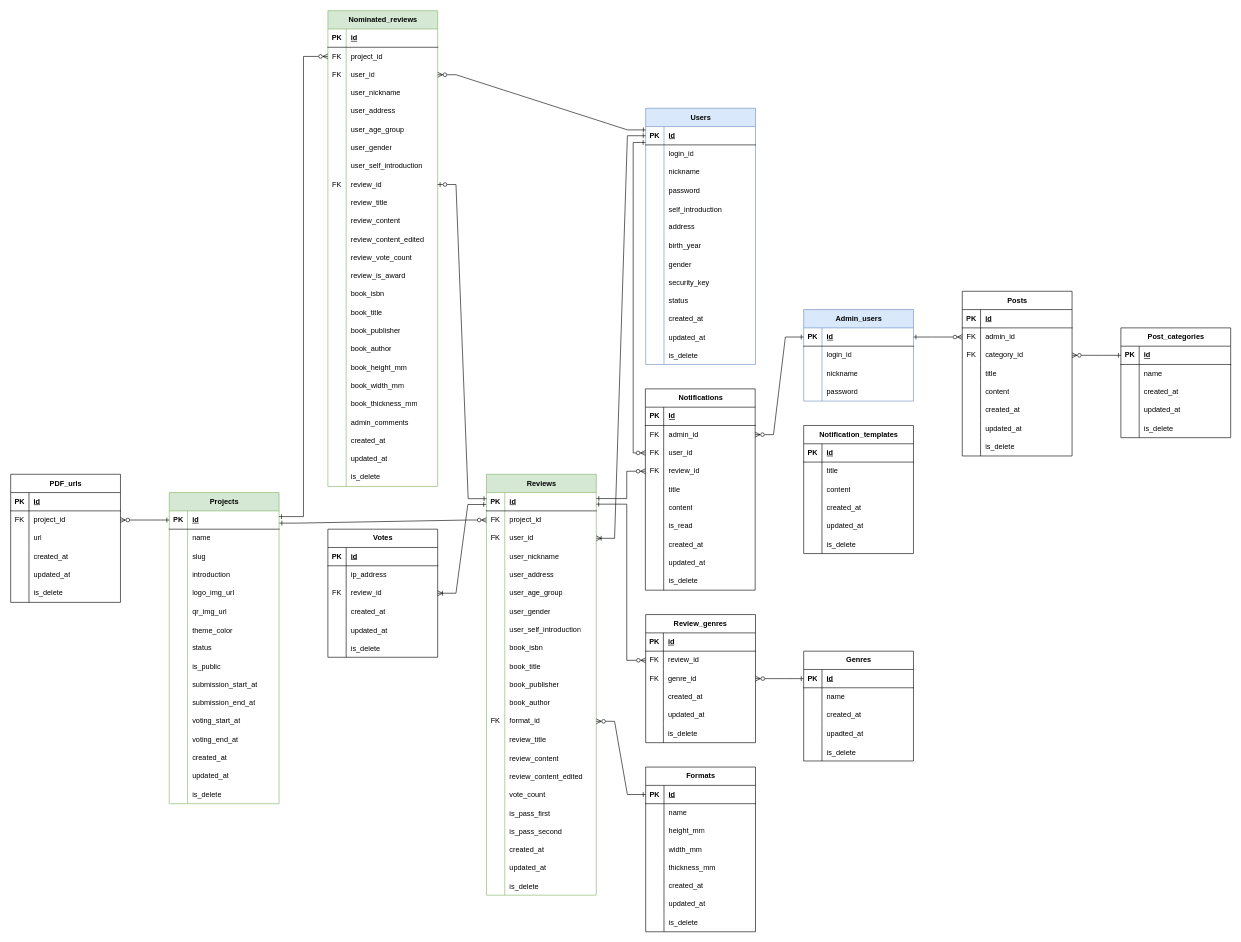
Before: ER図.drawio in knagaki1225/zoutohana-documentation, a draw.io diagram. Source tidied: cells renumbered, new cells numbered last; positions are measured from the earlier drawing's top-left corner, leaving out a move shared by most shapes. Both pictures are drawn from the tidied source at 61%, with x=0, y=0 at pixel (10, 10).
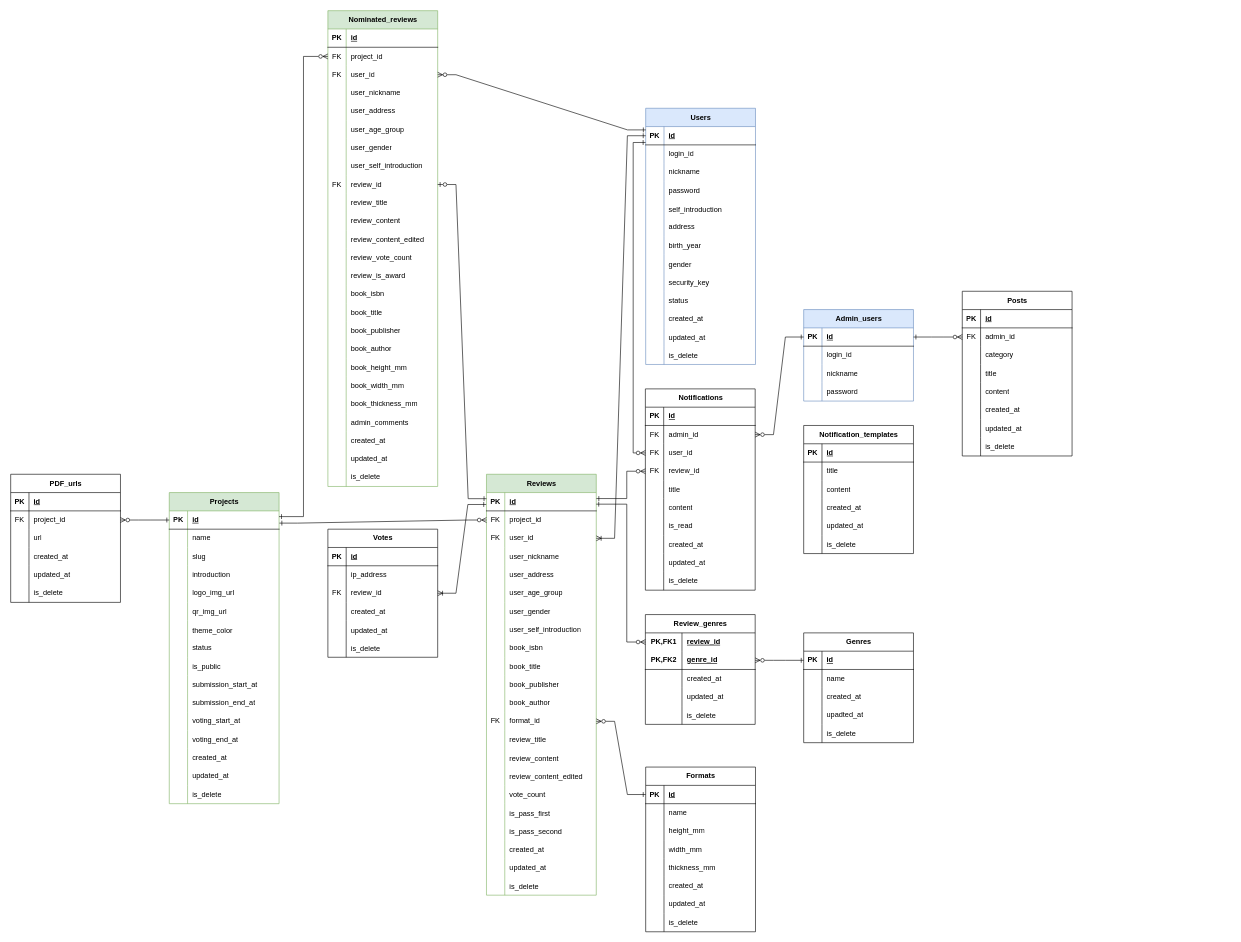
After the change.

Commit message:
保存忘れ分

Unchanged cells that the change refers to:
```xml
<mxCell id="68" style="shape=tableRow;horizontal=0;startSize=0;swimlaneHead=0;swimlaneBody=0;fillColor=none;points=[[0,0.5],[1,0.5]];portConstraint=eastwest;top=0;left=0;right=0;bottom=1;" parent="67" vertex="1">
  <mxGeometry y="30" width="180" height="30" as="geometry" />
</mxCell>
<mxCell id="390" style="shape=tableRow;horizontal=0;startSize=0;swimlaneHead=0;swimlaneBody=0;fillColor=none;points=[[0,0.5],[1,0.5]];portConstraint=eastwest;top=0;left=0;right=0;bottom=0;" parent="383" vertex="1">
  <mxGeometry y="90" width="180" height="30" as="geometry" />
</mxCell>
```

Diff of the diagram source:
```diff
@@
     <mxCell id="67" value="Genres" style="shape=table;startSize=30;childLayout=tableLayout;rowLines=0;fontStyle=1;align=center;html=1;" parent="1" vertex="1">
-      <mxGeometry x="1300" y="1050" width="180" height="180" as="geometry" />
+      <mxGeometry x="1300" y="1020" width="180" height="180" as="geometry" />
     </mxCell>
@@
-    <mxCell id="83" value="Review_genres" style="shape=table;startSize=30;childLayout=tableLayout;rowLines=0;fontStyle=1;align=center;html=1;whiteSpace=wrap;" parent="1" vertex="1">
-      <mxGeometry x="1041" y="990" width="180" height="210" as="geometry" />
-    </mxCell>
-    <mxCell id="84" style="shape=tableRow;horizontal=0;startSize=0;swimlaneHead=0;swimlaneBody=0;fillColor=none;top=0;left=0;right=0;bottom=1;html=1;" parent="83" vertex="1">
-      <mxGeometry y="30" width="180" height="30" as="geometry" />
-    </mxCell>
-    <mxCell id="85" value="PK" style="shape=partialRectangle;fillColor=none;top=0;left=0;bottom=0;right=0;fontStyle=1;overflow=hidden;html=1;whiteSpace=wrap;" parent="84" vertex="1">
-      <mxGeometry width="29" height="30" as="geometry" />
-    </mxCell>
-    <mxCell id="86" value="id" style="shape=partialRectangle;fillColor=none;top=0;left=0;bottom=0;right=0;align=left;spacingLeft=6;fontStyle=5;overflow=hidden;html=1;whiteSpace=wrap;" parent="84" vertex="1">
-      <mxGeometry x="29" width="151" height="30" as="geometry" />
-    </mxCell>
-    <mxCell id="87" style="shape=tableRow;horizontal=0;startSize=0;swimlaneHead=0;swimlaneBody=0;fillColor=none;points=[[0,0.5],[1,0.5]];portConstraint=eastwest;top=0;left=0;right=0;bottom=0;html=1;" parent="83" vertex="1">
-      <mxGeometry y="60" width="180" height="30" as="geometry" />
-    </mxCell>
-    <mxCell id="88" value="FK" style="shape=partialRectangle;fillColor=none;top=0;left=0;bottom=0;right=0;overflow=hidden;html=1;whiteSpace=wrap;" parent="87" vertex="1">
-      <mxGeometry width="29" height="30" as="geometry" />
-    </mxCell>
-    <mxCell id="89" value="review_id" style="shape=partialRectangle;fillColor=none;top=0;left=0;bottom=0;right=0;align=left;spacingLeft=6;overflow=hidden;html=1;whiteSpace=wrap;" parent="87" vertex="1">
-      <mxGeometry x="29" width="151" height="30" as="geometry" />
-    </mxCell>
-    <mxCell id="90" style="shape=tableRow;horizontal=0;startSize=0;swimlaneHead=0;swimlaneBody=0;fillColor=none;points=[[0,0.5],[1,0.5]];portConstraint=eastwest;top=0;left=0;right=0;bottom=0;html=1;" parent="83" vertex="1">
-      <mxGeometry y="90" width="180" height="30" as="geometry" />
-    </mxCell>
-    <mxCell id="91" value="FK" style="shape=partialRectangle;fillColor=none;top=0;left=0;bottom=0;right=0;overflow=hidden;html=1;whiteSpace=wrap;" parent="90" vertex="1">
-      <mxGeometry width="29" height="30" as="geometry" />
-    </mxCell>
-    <mxCell id="92" value="genre_id" style="shape=partialRectangle;fillColor=none;top=0;left=0;bottom=0;right=0;align=left;spacingLeft=6;overflow=hidden;html=1;whiteSpace=wrap;" parent="90" vertex="1">
-      <mxGeometry x="29" width="151" height="30" as="geometry" />
-    </mxCell>
-    <mxCell id="93" style="shape=tableRow;horizontal=0;startSize=0;swimlaneHead=0;swimlaneBody=0;fillColor=none;top=0;left=0;right=0;bottom=0;html=1;" parent="83" vertex="1">
-      <mxGeometry y="120" width="180" height="30" as="geometry" />
-    </mxCell>
-    <mxCell id="94" style="shape=partialRectangle;fillColor=none;top=0;left=0;bottom=0;right=0;overflow=hidden;html=1;whiteSpace=wrap;" parent="93" vertex="1">
-      <mxGeometry width="29" height="30" as="geometry" />
-    </mxCell>
-    <mxCell id="95" value="created_at" style="shape=partialRectangle;fillColor=none;top=0;left=0;bottom=0;right=0;align=left;spacingLeft=6;overflow=hidden;html=1;whiteSpace=wrap;" parent="93" vertex="1">
-      <mxGeometry x="29" width="151" height="30" as="geometry" />
-    </mxCell>
-    <mxCell id="96" style="shape=tableRow;horizontal=0;startSize=0;swimlaneHead=0;swimlaneBody=0;fillColor=none;top=0;left=0;right=0;bottom=0;html=1;" parent="83" vertex="1">
-      <mxGeometry y="150" width="180" height="30" as="geometry" />
-    </mxCell>
-    <mxCell id="97" style="shape=partialRectangle;fillColor=none;top=0;left=0;bottom=0;right=0;overflow=hidden;html=1;whiteSpace=wrap;" parent="96" vertex="1">
-      <mxGeometry width="29" height="30" as="geometry" />
-    </mxCell>
-    <mxCell id="98" value="updated_at" style="shape=partialRectangle;fillColor=none;top=0;left=0;bottom=0;right=0;align=left;spacingLeft=6;overflow=hidden;html=1;whiteSpace=wrap;" parent="96" vertex="1">
-      <mxGeometry x="29" width="151" height="30" as="geometry" />
-    </mxCell>
-    <mxCell id="99" style="shape=tableRow;horizontal=0;startSize=0;swimlaneHead=0;swimlaneBody=0;fillColor=none;top=0;left=0;right=0;bottom=0;" parent="83" vertex="1">
-      <mxGeometry y="180" width="180" height="30" as="geometry" />
-    </mxCell>
-    <mxCell id="100" style="shape=partialRectangle;fillColor=none;top=0;left=0;bottom=0;right=0;overflow=hidden;" parent="99" vertex="1">
-      <mxGeometry width="29" height="30" as="geometry" />
-    </mxCell>
-    <mxCell id="101" value="is_delete" style="shape=partialRectangle;fillColor=none;top=0;left=0;bottom=0;right=0;align=left;spacingLeft=6;overflow=hidden;" parent="99" vertex="1">
-      <mxGeometry x="29" width="151" height="30" as="geometry" />
-    </mxCell>
@@
-    <mxCell id="240" style="fontSize=12;html=1;endArrow=ERzeroToMany;startArrow=ERone;rounded=0;entryX=0;entryY=0.5;entryDx=0;entryDy=0;startFill=0;edgeStyle=orthogonalEdgeStyle;endFill=0;" parent="1" edge="1" target="87">
+    <mxCell id="240" style="fontSize=12;html=1;endArrow=ERzeroToMany;startArrow=ERone;rounded=0;entryX=0;entryY=0.5;entryDx=0;entryDy=0;startFill=0;edgeStyle=orthogonalEdgeStyle;endFill=0;" parent="1" edge="1" target="451">
       <mxGeometry relative="1" as="geometry">
         <mxPoint x="960" y="809" as="sourcePoint" />
         <Array as="points">
           <mxPoint x="1010" y="809" />
-          <mxPoint x="1010" y="1065" />
+          <mxPoint x="1010" y="1035" />
         </Array>
       </mxGeometry>
     </mxCell>
-    <mxCell id="241" style="edgeStyle=entityRelationEdgeStyle;fontSize=12;html=1;endArrow=ERzeroToMany;startArrow=ERone;rounded=0;exitX=0;exitY=0.5;exitDx=0;exitDy=0;endFill=0;startFill=0;entryX=1;entryY=0.5;entryDx=0;entryDy=0;" parent="1" edge="1" source="68" target="90">
+    <mxCell id="241" style="edgeStyle=entityRelationEdgeStyle;fontSize=12;html=1;endArrow=ERzeroToMany;startArrow=ERone;rounded=0;exitX=0;exitY=0.5;exitDx=0;exitDy=0;endFill=0;startFill=0;" parent="1" edge="1" source="68" target="453">
       <mxGeometry relative="1" as="geometry" />
     </mxCell>
@@
-    <mxCell id="391" value="FK" style="shape=partialRectangle;fillColor=none;top=0;left=0;bottom=0;right=0;overflow=hidden;whiteSpace=wrap;html=1;" parent="390" vertex="1">
+    <mxCell id="391" style="shape=partialRectangle;fillColor=none;top=0;left=0;bottom=0;right=0;overflow=hidden;whiteSpace=wrap;html=1;" parent="390" vertex="1">
       <mxGeometry width="30" height="30" as="geometry" />
     </mxCell>
-    <mxCell id="392" value="category_id" style="shape=partialRectangle;fillColor=none;top=0;left=0;bottom=0;right=0;align=left;spacingLeft=6;overflow=hidden;whiteSpace=wrap;html=1;" parent="390" vertex="1">
+    <mxCell id="392" value="category" style="shape=partialRectangle;fillColor=none;top=0;left=0;bottom=0;right=0;align=left;spacingLeft=6;overflow=hidden;whiteSpace=wrap;html=1;" parent="390" vertex="1">
       <mxGeometry x="30" width="150" height="30" as="geometry" />
     </mxCell>
@@
-    <mxCell id="412" value="Post_categories" style="shape=table;startSize=30;childLayout=tableLayout;rowLines=0;fontStyle=1;align=center;html=1;rounded=0;" parent="1" vertex="1">
-      <mxGeometry x="1820" y="520" width="180" height="180" as="geometry" />
-    </mxCell>
-    <mxCell id="413" style="shape=tableRow;horizontal=0;startSize=0;swimlaneHead=0;swimlaneBody=0;fillColor=none;points=[[0,0.5],[1,0.5]];portConstraint=eastwest;top=0;left=0;right=0;bottom=1;" parent="412" vertex="1">
-      <mxGeometry y="30" width="180" height="30" as="geometry" />
-    </mxCell>
-    <mxCell id="414" value="PK" style="shape=partialRectangle;fillColor=none;top=0;left=0;bottom=0;right=0;fontStyle=1;overflow=hidden;whiteSpace=wrap;html=1;" parent="413" vertex="1">
-      <mxGeometry width="30" height="30" as="geometry" />
-    </mxCell>
-    <mxCell id="415" value="id" style="shape=partialRectangle;fillColor=none;top=0;left=0;bottom=0;right=0;align=left;spacingLeft=6;fontStyle=5;overflow=hidden;whiteSpace=wrap;html=1;" parent="413" vertex="1">
-      <mxGeometry x="30" width="150" height="30" as="geometry" />
-    </mxCell>
-    <mxCell id="416" style="shape=tableRow;horizontal=0;startSize=0;swimlaneHead=0;swimlaneBody=0;fillColor=none;top=0;left=0;right=0;bottom=0;" parent="412" vertex="1">
-      <mxGeometry y="60" width="180" height="30" as="geometry" />
-    </mxCell>
-    <mxCell id="417" style="shape=partialRectangle;fillColor=none;top=0;left=0;bottom=0;right=0;overflow=hidden;whiteSpace=wrap;html=1;" parent="416" vertex="1">
-      <mxGeometry width="30" height="30" as="geometry" />
-    </mxCell>
-    <mxCell id="418" value="name" style="shape=partialRectangle;fillColor=none;top=0;left=0;bottom=0;right=0;align=left;spacingLeft=6;overflow=hidden;whiteSpace=wrap;html=1;" parent="416" vertex="1">
-      <mxGeometry x="30" width="150" height="30" as="geometry" />
-    </mxCell>
-    <mxCell id="419" style="shape=tableRow;horizontal=0;startSize=0;swimlaneHead=0;swimlaneBody=0;fillColor=none;top=0;left=0;right=0;bottom=0;" parent="412" vertex="1">
-      <mxGeometry y="90" width="180" height="30" as="geometry" />
-    </mxCell>
-    <mxCell id="420" style="shape=partialRectangle;fillColor=none;top=0;left=0;bottom=0;right=0;overflow=hidden;whiteSpace=wrap;html=1;" parent="419" vertex="1">
-      <mxGeometry width="30" height="30" as="geometry" />
-    </mxCell>
-    <mxCell id="421" value="created_at" style="shape=partialRectangle;fillColor=none;top=0;left=0;bottom=0;right=0;align=left;spacingLeft=6;overflow=hidden;whiteSpace=wrap;html=1;" parent="419" vertex="1">
-      <mxGeometry x="30" width="150" height="30" as="geometry" />
-    </mxCell>
-    <mxCell id="422" style="shape=tableRow;horizontal=0;startSize=0;swimlaneHead=0;swimlaneBody=0;fillColor=none;top=0;left=0;right=0;bottom=0;" parent="412" vertex="1">
-      <mxGeometry y="120" width="180" height="30" as="geometry" />
-    </mxCell>
-    <mxCell id="423" style="shape=partialRectangle;fillColor=none;top=0;left=0;bottom=0;right=0;overflow=hidden;whiteSpace=wrap;html=1;" parent="422" vertex="1">
-      <mxGeometry width="30" height="30" as="geometry" />
-    </mxCell>
-    <mxCell id="424" value="updated_at" style="shape=partialRectangle;fillColor=none;top=0;left=0;bottom=0;right=0;align=left;spacingLeft=6;overflow=hidden;whiteSpace=wrap;html=1;" parent="422" vertex="1">
-      <mxGeometry x="30" width="150" height="30" as="geometry" />
-    </mxCell>
-    <mxCell id="425" style="shape=tableRow;horizontal=0;startSize=0;swimlaneHead=0;swimlaneBody=0;fillColor=none;top=0;left=0;right=0;bottom=0;" parent="412" vertex="1">
-      <mxGeometry y="150" width="180" height="30" as="geometry" />
-    </mxCell>
-    <mxCell id="426" style="shape=partialRectangle;fillColor=none;top=0;left=0;bottom=0;right=0;overflow=hidden;whiteSpace=wrap;html=1;" parent="425" vertex="1">
-      <mxGeometry width="30" height="30" as="geometry" />
-    </mxCell>
-    <mxCell id="427" value="is_delete" style="shape=partialRectangle;fillColor=none;top=0;left=0;bottom=0;right=0;align=left;spacingLeft=6;overflow=hidden;whiteSpace=wrap;html=1;" parent="425" vertex="1">
-      <mxGeometry x="30" width="150" height="30" as="geometry" />
-    </mxCell>
-    <mxCell id="428" style="rounded=0;jettySize=auto;html=1;startArrow=ERone;startFill=0;endArrow=ERzeroToMany;endFill=0;edgeStyle=entityRelationEdgeStyle;" parent="1" edge="1" source="413" target="390">
-      <mxGeometry relative="1" as="geometry" />
-    </mxCell>
@@
+    <mxCell id="83" value="Review_genres" style="shape=table;startSize=30;childLayout=tableLayout;rowLines=0;fontStyle=1;align=center;html=1;whiteSpace=wrap;" parent="1" vertex="1">
+      <mxGeometry x="1040.5" y="990" width="180" height="180" as="geometry" />
+    </mxCell>
+    <mxCell id="451" style="shape=tableRow;horizontal=0;startSize=0;swimlaneHead=0;swimlaneBody=0;fillColor=none;points=[[0,0.5],[1,0.5]];portConstraint=eastwest;top=0;left=0;right=0;bottom=0;html=1;" parent="83" vertex="1">
+      <mxGeometry y="30" width="180" height="30" as="geometry" />
+    </mxCell>
+    <mxCell id="452" value="PK,FK1" style="shape=partialRectangle;fillColor=none;top=0;left=0;bottom=0;right=0;fontStyle=1;overflow=hidden;html=1;whiteSpace=wrap;" parent="451" vertex="1">
+      <mxGeometry width="60" height="30" as="geometry" />
+    </mxCell>
+    <mxCell id="89" value="review_id" style="shape=partialRectangle;fillColor=none;top=0;left=0;bottom=0;right=0;align=left;spacingLeft=6;fontStyle=5;overflow=hidden;html=1;whiteSpace=wrap;" parent="451" vertex="1">
+      <mxGeometry x="60" width="120" height="30" as="geometry" />
+    </mxCell>
+    <mxCell id="453" style="shape=tableRow;horizontal=0;startSize=0;swimlaneHead=0;swimlaneBody=0;fillColor=none;points=[[0,0.5],[1,0.5]];portConstraint=eastwest;top=0;left=0;right=0;bottom=1;html=1;" parent="83" vertex="1">
+      <mxGeometry y="60" width="180" height="30" as="geometry" />
+    </mxCell>
+    <mxCell id="454" value="PK,FK2" style="shape=partialRectangle;fillColor=none;top=0;left=0;bottom=0;right=0;fontStyle=1;overflow=hidden;html=1;whiteSpace=wrap;" parent="453" vertex="1">
+      <mxGeometry width="60" height="30" as="geometry" />
+    </mxCell>
+    <mxCell id="92" value="genre_id" style="shape=partialRectangle;fillColor=none;top=0;left=0;bottom=0;right=0;align=left;spacingLeft=6;fontStyle=5;overflow=hidden;html=1;whiteSpace=wrap;" parent="453" vertex="1">
+      <mxGeometry x="60" width="120" height="30" as="geometry" />
+    </mxCell>
+    <mxCell id="93" style="shape=tableRow;horizontal=0;startSize=0;swimlaneHead=0;swimlaneBody=0;fillColor=none;top=0;left=0;right=0;bottom=0;html=1;" parent="83" vertex="1">
+      <mxGeometry y="90" width="180" height="30" as="geometry" />
+    </mxCell>
+    <mxCell id="94" style="shape=partialRectangle;fillColor=none;top=0;left=0;bottom=0;right=0;overflow=hidden;html=1;whiteSpace=wrap;" parent="93" vertex="1">
+      <mxGeometry width="60" height="30" as="geometry" />
+    </mxCell>
+    <mxCell id="95" value="created_at" style="shape=partialRectangle;fillColor=none;top=0;left=0;bottom=0;right=0;align=left;spacingLeft=6;overflow=hidden;html=1;whiteSpace=wrap;" parent="93" vertex="1">
+      <mxGeometry x="60" width="120" height="30" as="geometry" />
+    </mxCell>
+    <mxCell id="96" style="shape=tableRow;horizontal=0;startSize=0;swimlaneHead=0;swimlaneBody=0;fillColor=none;top=0;left=0;right=0;bottom=0;html=1;" parent="83" vertex="1">
+      <mxGeometry y="120" width="180" height="30" as="geometry" />
+    </mxCell>
+    <mxCell id="97" style="shape=partialRectangle;fillColor=none;top=0;left=0;bottom=0;right=0;overflow=hidden;html=1;whiteSpace=wrap;" parent="96" vertex="1">
+      <mxGeometry width="60" height="30" as="geometry" />
+    </mxCell>
+    <mxCell id="98" value="updated_at" style="shape=partialRectangle;fillColor=none;top=0;left=0;bottom=0;right=0;align=left;spacingLeft=6;overflow=hidden;html=1;whiteSpace=wrap;" parent="96" vertex="1">
+      <mxGeometry x="60" width="120" height="30" as="geometry" />
+    </mxCell>
+    <mxCell id="99" style="shape=tableRow;horizontal=0;startSize=0;swimlaneHead=0;swimlaneBody=0;fillColor=none;top=0;left=0;right=0;bottom=0;" parent="83" vertex="1">
+      <mxGeometry y="150" width="180" height="30" as="geometry" />
+    </mxCell>
+    <mxCell id="100" style="shape=partialRectangle;fillColor=none;top=0;left=0;bottom=0;right=0;overflow=hidden;" parent="99" vertex="1">
+      <mxGeometry width="60" height="30" as="geometry" />
+    </mxCell>
+    <mxCell id="101" value="is_delete" style="shape=partialRectangle;fillColor=none;top=0;left=0;bottom=0;right=0;align=left;spacingLeft=6;overflow=hidden;" parent="99" vertex="1">
+      <mxGeometry x="60" width="120" height="30" as="geometry" />
+    </mxCell>
```
